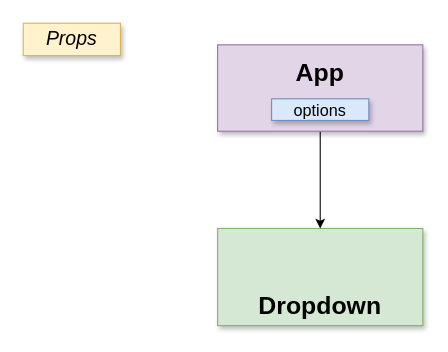
This is page "02 - dropdown" (3 of 22) of diagrams/widgets/02.drawio from HappySuzuki/redux-code, a draw.io file, before an edit. Source tidied: cells renumbered, new cells numbered last; positions are measured from the earlier drawing's top-left corner, leaving out a move shared by most shapes. Both pictures are drawn from the tidied source at 108%, with x=0, y=0 at pixel (23, 23).
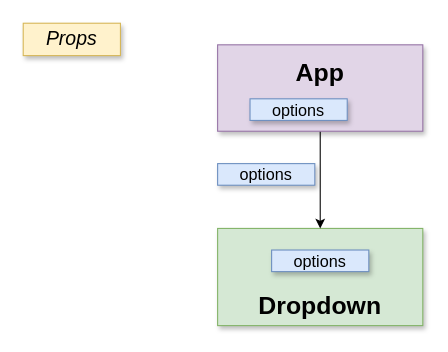
Above is the later version.

The edit, as a diff of the source:
```diff
@@
 <mxGraphModel>
   <root>
     <mxCell id="0" />
     <mxCell id="1" parent="0" />
     <mxCell id="2" value="&lt;br&gt;&lt;br&gt;&lt;b&gt;Dropdown&lt;/b&gt;" style="rounded=0;whiteSpace=wrap;html=1;shadow=1;fontSize=23;align=center;fillColor=#d5e8d4;strokeColor=#82b366;" parent="1" vertex="1">
       <mxGeometry x="180" y="190" width="190" height="90" as="geometry" />
     </mxCell>
     <mxCell id="3" style="edgeStyle=orthogonalEdgeStyle;rounded=0;jettySize=auto;html=1;exitX=0.5;exitY=1;exitDx=0;exitDy=0;strokeWidth=1;fontSize=23;" parent="1" edge="1" source="4" target="2">
       <mxGeometry relative="1" as="geometry" />
     </mxCell>
     <mxCell id="4" value="App&lt;br&gt;&lt;br&gt;" style="rounded=0;whiteSpace=wrap;html=1;shadow=1;fontSize=23;align=center;fontStyle=1;fillColor=#e1d5e7;strokeColor=#9673a6;" parent="1" vertex="1">
       <mxGeometry x="180" y="20" width="190" height="80" as="geometry" />
     </mxCell>
     <mxCell id="5" value="options" style="rounded=0;whiteSpace=wrap;html=1;shadow=1;fontSize=15;align=center;fillColor=#dae8fc;strokeColor=#6c8ebf;" parent="1" vertex="1">
-      <mxGeometry x="230" y="70" width="90" height="20" as="geometry" />
+      <mxGeometry x="210" y="70" width="90" height="20" as="geometry" />
     </mxCell>
     <mxCell id="6" value="Props" style="rounded=0;whiteSpace=wrap;html=1;shadow=1;fontSize=18;align=center;fillColor=#fff2cc;strokeColor=#d6b656;fontStyle=2;" parent="1" vertex="1">
       <mxGeometry width="90" height="30" as="geometry" />
     </mxCell>
+    <mxCell id="7" value="options" style="rounded=0;whiteSpace=wrap;html=1;shadow=1;fontSize=15;align=center;fillColor=#dae8fc;strokeColor=#6c8ebf;" parent="1" vertex="1">
+      <mxGeometry x="180" y="130" width="90" height="20" as="geometry" />
+    </mxCell>
+    <mxCell id="8" value="options" style="rounded=0;whiteSpace=wrap;html=1;shadow=1;fontSize=15;align=center;fillColor=#dae8fc;strokeColor=#6c8ebf;" parent="1" vertex="1">
+      <mxGeometry x="230" y="210" width="90" height="20" as="geometry" />
+    </mxCell>
   </root>
 </mxGraphModel>
```
